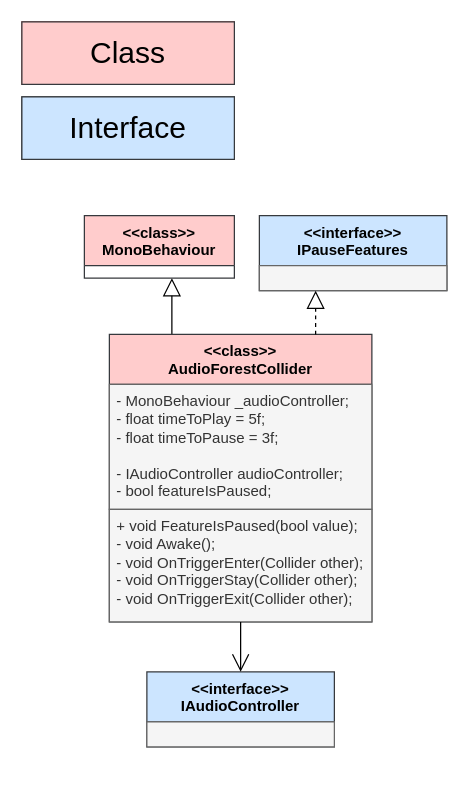
The draw.io diagram doc/Class_Diagram_Colliders.drawio in OGecgo/TheCatCult, before the edit. Source tidied: cells renumbered, new cells numbered last; positions are measured from the earlier drawing's top-left corner, leaving out a move shared by most shapes. Both pictures are drawn from the tidied source at 125%, with x=0, y=0 at pixel (21, 21).
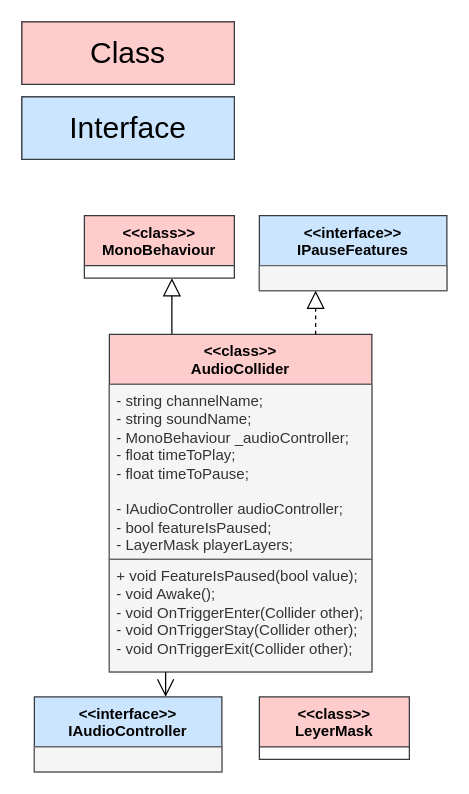
The same diagram, later.

Commit message (it also covers changes not shown here):
1. add PlayerInvisibleLayer 2. update pausecontroller 3. AudioForestCollider -> AudioCollider

The edit, as a diff of the source:
```diff
@@
-    <mxCell id="3" value="&lt;div&gt;&amp;lt;&amp;lt;class&amp;gt;&amp;gt;&lt;/div&gt;&lt;div&gt;AudioForestCollider&lt;/div&gt;" style="swimlane;fontStyle=1;align=center;verticalAlign=top;horizontal=1;startSize=40;whiteSpace=wrap;html=1;fillColor=#ffcccc;strokeColor=#36393d;" parent="1" vertex="1">
-      <mxGeometry x="70" y="250" width="210" height="230" as="geometry" />
+    <mxCell id="3" value="&lt;div&gt;&amp;lt;&amp;lt;class&amp;gt;&amp;gt;&lt;/div&gt;&lt;div&gt;AudioCollider&lt;/div&gt;" style="swimlane;fontStyle=1;align=center;verticalAlign=top;horizontal=1;startSize=40;whiteSpace=wrap;html=1;fillColor=#ffcccc;strokeColor=#36393d;" parent="1" vertex="1">
+      <mxGeometry x="70" y="250" width="210" height="270" as="geometry" />
     </mxCell>
-    <mxCell id="4" value="&lt;div&gt;&lt;font color=&quot;#333333&quot;&gt;- MonoBehaviour _audioController;&lt;/font&gt;&lt;/div&gt;&lt;div&gt;&lt;font color=&quot;#333333&quot;&gt;- float timeToPlay = 5f;&lt;/font&gt;&lt;/div&gt;&lt;div&gt;&lt;font color=&quot;#333333&quot;&gt;- float timeToPause = 3f;&lt;/font&gt;&lt;/div&gt;&lt;div&gt;&lt;font color=&quot;#333333&quot;&gt;&lt;br&gt;&lt;/font&gt;&lt;/div&gt;&lt;div&gt;&lt;font color=&quot;#333333&quot;&gt;- IAudioController audioController;&lt;/font&gt;&lt;/div&gt;&lt;div&gt;&lt;font color=&quot;#333333&quot;&gt;- bool featureIsPaused;&lt;/font&gt;&lt;/div&gt;" style="text;align=left;verticalAlign=top;spacingLeft=4;spacingRight=4;overflow=hidden;whiteSpace=wrap;html=1;fillColor=#f5f5f5;fontColor=#333333;strokeColor=#666666;" parent="3" vertex="1">
-      <mxGeometry y="40" width="210" height="100" as="geometry" />
+    <mxCell id="4" value="&lt;div&gt;&lt;font color=&quot;#333333&quot;&gt;- string channelName;&lt;/font&gt;&lt;/div&gt;&lt;div&gt;&lt;font color=&quot;#333333&quot;&gt;- string soundName;&lt;/font&gt;&lt;/div&gt;&lt;div&gt;&lt;font color=&quot;#333333&quot;&gt;- MonoBehaviour _audioController;&lt;/font&gt;&lt;/div&gt;&lt;div&gt;&lt;font color=&quot;#333333&quot;&gt;- float timeToPlay;&lt;/font&gt;&lt;/div&gt;&lt;div&gt;&lt;font color=&quot;#333333&quot;&gt;- float timeToPause;&lt;/font&gt;&lt;/div&gt;&lt;div&gt;&lt;font color=&quot;#333333&quot;&gt;&lt;br&gt;&lt;/font&gt;&lt;/div&gt;&lt;div&gt;&lt;font color=&quot;#333333&quot;&gt;- IAudioController audioController;&lt;/font&gt;&lt;/div&gt;&lt;div&gt;&lt;font color=&quot;#333333&quot;&gt;- bool featureIsPaused;&lt;/font&gt;&lt;/div&gt;&lt;div&gt;&lt;font color=&quot;#333333&quot;&gt;- LayerMask playerLayers;&lt;/font&gt;&lt;/div&gt;" style="text;align=left;verticalAlign=top;spacingLeft=4;spacingRight=4;overflow=hidden;whiteSpace=wrap;html=1;fillColor=#f5f5f5;fontColor=#333333;strokeColor=#666666;" parent="3" vertex="1">
+      <mxGeometry y="40" width="210" height="140" as="geometry" />
     </mxCell>
     <mxCell id="5" value="+ void FeatureIsPaused(bool value);&lt;div&gt;- void Awake();&lt;/div&gt;&lt;div&gt;- void OnTriggerEnter(Collider other);&lt;/div&gt;&lt;div&gt;- void OnTriggerStay(Collider other);&lt;/div&gt;&lt;div&gt;- void OnTriggerExit(Collider other);&lt;/div&gt;&lt;div&gt;&lt;br&gt;&lt;/div&gt;" style="text;align=left;verticalAlign=top;spacingLeft=4;spacingRight=4;overflow=hidden;whiteSpace=wrap;html=1;fillColor=#f5f5f5;fontColor=#333333;strokeColor=#666666;" parent="3" vertex="1">
-      <mxGeometry y="140" width="210" height="90" as="geometry" />
+      <mxGeometry y="180" width="210" height="90" as="geometry" />
     </mxCell>
@@
     <mxCell id="15" value="&lt;div&gt;&amp;lt;&amp;lt;interface&amp;gt;&amp;gt;&lt;/div&gt;&lt;div&gt;IAudioController&lt;/div&gt;" style="swimlane;fontStyle=1;align=center;verticalAlign=top;horizontal=1;startSize=40;whiteSpace=wrap;html=1;fillColor=#cce5ff;strokeColor=#36393d;" parent="1" vertex="1">
-      <mxGeometry x="100" y="520" width="150" height="60" as="geometry" />
+      <mxGeometry x="10" y="540" width="150" height="60" as="geometry" />
     </mxCell>
@@
     <mxCell id="18" style="edgeStyle=elbowEdgeStyle;html=1;endArrow=open;endFill=0;endSize=12;" parent="1" edge="1" source="3" target="15">
-      <mxGeometry relative="1" as="geometry">
-        <Array as="points">
-          <mxPoint x="180" y="270" />
-        </Array>
-      </mxGeometry>
+      <mxGeometry relative="1" as="geometry" />
     </mxCell>
+    <mxCell id="19" value="&lt;div&gt;&amp;lt;&amp;lt;class&amp;gt;&amp;gt;&lt;/div&gt;&lt;div&gt;LeyerMask&lt;/div&gt;" style="swimlane;fontStyle=1;align=center;verticalAlign=top;horizontal=1;startSize=40;whiteSpace=wrap;html=1;fillColor=#ffcccc;strokeColor=#36393d;" parent="1" vertex="1">
+      <mxGeometry x="190" y="540" width="120" height="50" as="geometry" />
+    </mxCell>
```
